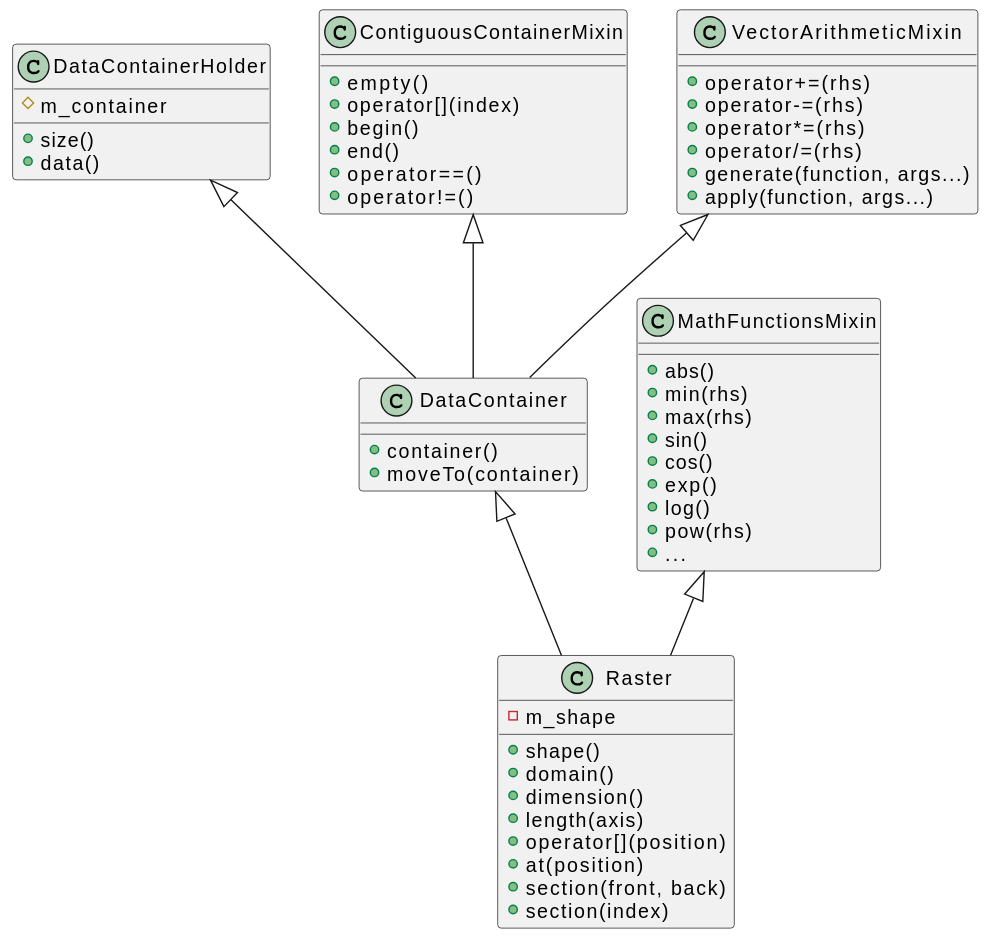
This is doc/diagrams/data_classes.svg from kabasset/Linx, a PlantUML export, as it was before one commit.
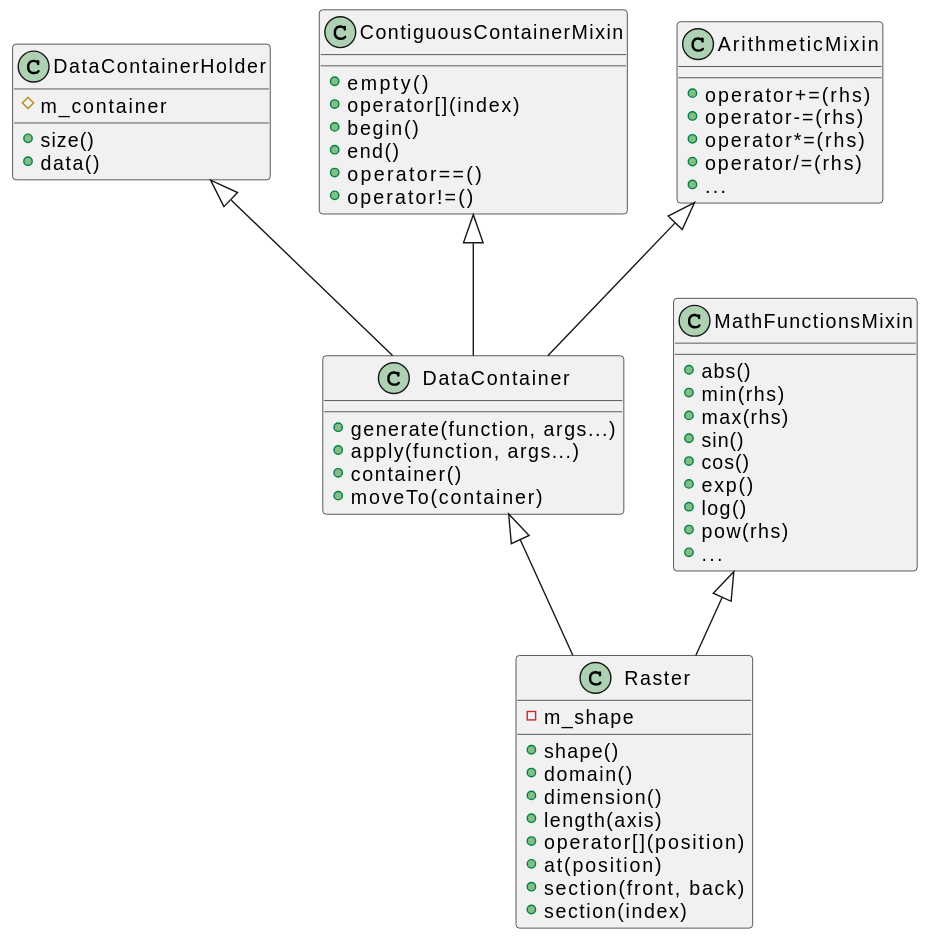
Later version of the same file.

Commit message:
Review core data classes doc

The edit, as a diff of the source:
```diff
@@ -6,6 +6,8 @@
 }
 
 class DataContainer {
++ generate(function, args...)
++ apply(function, args...)
 + container()
 + moveTo(container)
 }
@@ -31,13 +33,12 @@
 + operator!=()
 }
 
-class VectorArithmeticMixin {
+class ArithmeticMixin {
 + operator+=(rhs)
 + operator-=(rhs)
 + operator*=(rhs)
 + operator/=(rhs)
-+ generate(function, args...)
-+ apply(function, args...)
++ {method}...
 }
 
 class MathFunctionsMixin {
@@ -53,7 +54,7 @@
 }
 
 ContiguousContainerMixin <|-- DataContainer
-VectorArithmeticMixin <|-- DataContainer
+ArithmeticMixin <|-- DataContainer
 DataContainerHolder <|-- DataContainer
 DataContainer <|-- Raster
 MathFunctionsMixin <|-- Raster
```
